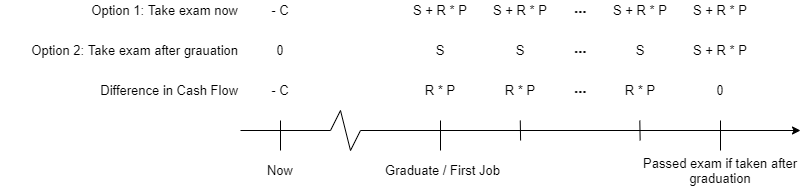
This is images/article_images/2021-02-25-How-many-exams/cash_flow_timeline.png from actuarialcat/actuarialcat.github.io, a draw.io export, as it was before one commit. Source tidied: cells renumbered, new cells last; positions are measured from the earlier drawing's top-left corner, leaving out a move shared by most shapes.
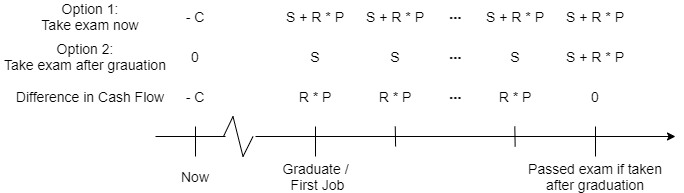
The same diagram one commit later.

The edit, as a diff of the source:
```diff
@@ -4,14 +4,14 @@
     <mxCell id="1" parent="0" />
     <mxCell id="2" style="endArrow=classic;html=1;" parent="1" edge="1">
       <mxGeometry relative="1" as="geometry">
-        <mxPoint x="360" y="130" as="sourcePoint" />
+        <mxPoint x="380" y="130" as="sourcePoint" />
         <mxPoint x="800" y="130" as="targetPoint" />
       </mxGeometry>
     </mxCell>
     <mxCell id="3" style="endArrow=none;html=1;" parent="1" edge="1">
       <mxGeometry relative="1" as="geometry">
-        <mxPoint x="280" y="150" as="sourcePoint" />
-        <mxPoint x="280" y="120" as="targetPoint" />
+        <mxPoint x="320" y="150" as="sourcePoint" />
+        <mxPoint x="320" y="120" as="targetPoint" />
       </mxGeometry>
     </mxCell>
     <mxCell id="4" style="endArrow=none;html=1;" parent="1" edge="1">
@@ -26,65 +26,65 @@
         <mxPoint x="720" y="120" as="targetPoint" />
       </mxGeometry>
     </mxCell>
-    <mxCell id="6" value="&lt;font style=&quot;font-size: 13px&quot;&gt;Graduate / First Job&lt;/font&gt;" style="text;html=1;strokeColor=none;fillColor=none;align=center;verticalAlign=middle;whiteSpace=wrap;rounded=0;" parent="1" vertex="1">
-      <mxGeometry x="380" y="160" width="125" height="20" as="geometry" />
+    <mxCell id="6" value="&lt;font style=&quot;font-size: 14px&quot;&gt;Graduate /&lt;br&gt;&amp;nbsp;First Job&lt;/font&gt;" style="text;html=1;strokeColor=none;fillColor=none;align=center;verticalAlign=middle;whiteSpace=wrap;rounded=0;" parent="1" vertex="1">
+      <mxGeometry x="377.5" y="160" width="125" height="20" as="geometry" />
     </mxCell>
-    <mxCell id="7" value="&lt;font style=&quot;font-size: 13px&quot;&gt;Now&lt;/font&gt;" style="text;html=1;strokeColor=none;fillColor=none;align=center;verticalAlign=middle;whiteSpace=wrap;rounded=0;" parent="1" vertex="1">
-      <mxGeometry x="260" y="160" width="40" height="20" as="geometry" />
+    <mxCell id="7" value="&lt;font style=&quot;font-size: 14px&quot;&gt;Now&lt;/font&gt;" style="text;html=1;strokeColor=none;fillColor=none;align=center;verticalAlign=middle;whiteSpace=wrap;rounded=0;" parent="1" vertex="1">
+      <mxGeometry x="300" y="160" width="40" height="20" as="geometry" />
     </mxCell>
-    <mxCell id="8" value="&lt;span style=&quot;font-size: 13px&quot;&gt;Passed exam if taken after graduation&lt;/span&gt;" style="text;html=1;strokeColor=none;fillColor=none;align=center;verticalAlign=middle;whiteSpace=wrap;rounded=0;" parent="1" vertex="1">
+    <mxCell id="8" value="&lt;font style=&quot;font-size: 14px&quot;&gt;Passed exam if taken after graduation&lt;/font&gt;" style="text;html=1;strokeColor=none;fillColor=none;align=center;verticalAlign=middle;whiteSpace=wrap;rounded=0;" parent="1" vertex="1">
       <mxGeometry x="640" y="160" width="160" height="20" as="geometry" />
     </mxCell>
-    <mxCell id="9" value="&lt;font style=&quot;font-size: 13px&quot;&gt;Option 1: Take exam now&lt;/font&gt;" style="text;html=1;strokeColor=none;fillColor=none;align=right;verticalAlign=middle;whiteSpace=wrap;rounded=0;" parent="1" vertex="1">
-      <mxGeometry width="240" height="20" as="geometry" />
+    <mxCell id="9" value="&lt;font style=&quot;font-size: 14px&quot;&gt;Option 1:&lt;br&gt;Take exam now&lt;/font&gt;" style="text;html=1;strokeColor=none;fillColor=none;align=center;verticalAlign=middle;whiteSpace=wrap;rounded=0;" parent="1" vertex="1">
+      <mxGeometry x="135" y="-5" width="160" height="30" as="geometry" />
     </mxCell>
-    <mxCell id="10" value="&lt;font style=&quot;font-size: 13px&quot;&gt;Option 2: Take exam after grauation&lt;/font&gt;" style="text;html=1;strokeColor=none;fillColor=none;align=right;verticalAlign=middle;whiteSpace=wrap;rounded=0;" parent="1" vertex="1">
-      <mxGeometry y="40" width="240" height="20" as="geometry" />
+    <mxCell id="10" value="&lt;font style=&quot;font-size: 14px&quot;&gt;Option 2:&lt;br&gt;&lt;div&gt;&lt;span&gt;Take exam after grauation&lt;/span&gt;&lt;/div&gt;&lt;/font&gt;" style="text;html=1;strokeColor=none;fillColor=none;align=center;verticalAlign=middle;whiteSpace=wrap;rounded=0;" parent="1" vertex="1">
+      <mxGeometry x="125" y="35" width="170" height="30" as="geometry" />
     </mxCell>
-    <mxCell id="11" value="&lt;font style=&quot;font-size: 13px&quot;&gt;Difference in Cash Flow&lt;/font&gt;" style="text;html=1;strokeColor=none;fillColor=none;align=right;verticalAlign=middle;whiteSpace=wrap;rounded=0;" parent="1" vertex="1">
-      <mxGeometry y="80" width="240" height="20" as="geometry" />
+    <mxCell id="11" value="&lt;font style=&quot;font-size: 14px&quot;&gt;Difference in Cash Flow&lt;/font&gt;" style="text;html=1;strokeColor=none;fillColor=none;align=center;verticalAlign=middle;whiteSpace=wrap;rounded=0;" parent="1" vertex="1">
+      <mxGeometry x="135" y="75" width="160" height="30" as="geometry" />
     </mxCell>
-    <mxCell id="12" value="&lt;span style=&quot;font-size: 13px&quot;&gt;R * P&lt;/span&gt;" style="text;html=1;strokeColor=none;fillColor=none;align=center;verticalAlign=middle;whiteSpace=wrap;rounded=0;" parent="1" vertex="1">
+    <mxCell id="12" value="&lt;span style=&quot;font-size: 14px;&quot;&gt;R * P&lt;/span&gt;" style="text;html=1;strokeColor=none;fillColor=none;align=center;verticalAlign=middle;whiteSpace=wrap;rounded=0;fontSize=14;" parent="1" vertex="1">
       <mxGeometry x="420" y="80" width="40" height="20" as="geometry" />
     </mxCell>
-    <mxCell id="13" value="&lt;span style=&quot;font-size: 13px&quot;&gt;R * P&lt;/span&gt;" style="text;html=1;strokeColor=none;fillColor=none;align=center;verticalAlign=middle;whiteSpace=wrap;rounded=0;" parent="1" vertex="1">
+    <mxCell id="13" value="&lt;span style=&quot;font-size: 14px;&quot;&gt;R * P&lt;/span&gt;" style="text;html=1;strokeColor=none;fillColor=none;align=center;verticalAlign=middle;whiteSpace=wrap;rounded=0;fontSize=14;" parent="1" vertex="1">
       <mxGeometry x="500" y="80" width="40" height="20" as="geometry" />
     </mxCell>
-    <mxCell id="14" value="&lt;font style=&quot;font-size: 13px&quot;&gt;0&lt;/font&gt;" style="text;html=1;strokeColor=none;fillColor=none;align=center;verticalAlign=middle;whiteSpace=wrap;rounded=0;" parent="1" vertex="1">
+    <mxCell id="14" value="&lt;font style=&quot;font-size: 14px;&quot;&gt;0&lt;/font&gt;" style="text;html=1;strokeColor=none;fillColor=none;align=center;verticalAlign=middle;whiteSpace=wrap;rounded=0;fontSize=14;" parent="1" vertex="1">
       <mxGeometry x="700" y="80" width="40" height="20" as="geometry" />
     </mxCell>
-    <mxCell id="15" value="&lt;span style=&quot;font-size: 13px&quot;&gt;R * P&lt;/span&gt;" style="text;html=1;strokeColor=none;fillColor=none;align=center;verticalAlign=middle;whiteSpace=wrap;rounded=0;" parent="1" vertex="1">
+    <mxCell id="15" value="&lt;span style=&quot;font-size: 14px;&quot;&gt;R * P&lt;/span&gt;" style="text;html=1;strokeColor=none;fillColor=none;align=center;verticalAlign=middle;whiteSpace=wrap;rounded=0;fontSize=14;" parent="1" vertex="1">
       <mxGeometry x="620" y="80" width="40" height="20" as="geometry" />
     </mxCell>
-    <mxCell id="16" value="&lt;font style=&quot;font-size: 14px&quot;&gt;&lt;b&gt;⋯&lt;/b&gt;&lt;/font&gt;" style="text;html=1;strokeColor=none;fillColor=none;align=center;verticalAlign=middle;whiteSpace=wrap;rounded=0;" parent="1" vertex="1">
+    <mxCell id="16" value="&lt;font style=&quot;font-size: 14px;&quot;&gt;&lt;b style=&quot;font-size: 14px;&quot;&gt;⋯&lt;/b&gt;&lt;/font&gt;" style="text;html=1;strokeColor=none;fillColor=none;align=center;verticalAlign=middle;whiteSpace=wrap;rounded=0;fontSize=14;" parent="1" vertex="1">
       <mxGeometry x="560" y="80" width="40" height="20" as="geometry" />
     </mxCell>
-    <mxCell id="17" value="&lt;font style=&quot;font-size: 13px&quot;&gt;S + R * P&lt;/font&gt;" style="text;html=1;strokeColor=none;fillColor=none;align=center;verticalAlign=middle;whiteSpace=wrap;rounded=0;" parent="1" vertex="1">
+    <mxCell id="17" value="&lt;font style=&quot;font-size: 14px;&quot;&gt;S + R * P&lt;/font&gt;" style="text;html=1;strokeColor=none;fillColor=none;align=center;verticalAlign=middle;whiteSpace=wrap;rounded=0;fontSize=14;" parent="1" vertex="1">
       <mxGeometry x="410" width="60" height="20" as="geometry" />
     </mxCell>
-    <mxCell id="18" value="&lt;font style=&quot;font-size: 14px&quot;&gt;&lt;b&gt;⋯&lt;/b&gt;&lt;/font&gt;" style="text;html=1;strokeColor=none;fillColor=none;align=center;verticalAlign=middle;whiteSpace=wrap;rounded=0;" parent="1" vertex="1">
+    <mxCell id="18" value="&lt;font style=&quot;font-size: 14px;&quot;&gt;&lt;b style=&quot;font-size: 14px;&quot;&gt;⋯&lt;/b&gt;&lt;/font&gt;" style="text;html=1;strokeColor=none;fillColor=none;align=center;verticalAlign=middle;whiteSpace=wrap;rounded=0;fontSize=14;" parent="1" vertex="1">
       <mxGeometry x="560" y="40" width="40" height="20" as="geometry" />
     </mxCell>
-    <mxCell id="19" value="&lt;font style=&quot;font-size: 14px&quot;&gt;&lt;b&gt;⋯&lt;/b&gt;&lt;/font&gt;" style="text;html=1;strokeColor=none;fillColor=none;align=center;verticalAlign=middle;whiteSpace=wrap;rounded=0;" parent="1" vertex="1">
+    <mxCell id="19" value="&lt;font style=&quot;font-size: 14px;&quot;&gt;&lt;b style=&quot;font-size: 14px;&quot;&gt;⋯&lt;/b&gt;&lt;/font&gt;" style="text;html=1;strokeColor=none;fillColor=none;align=center;verticalAlign=middle;whiteSpace=wrap;rounded=0;fontSize=14;" parent="1" vertex="1">
       <mxGeometry x="560" width="40" height="20" as="geometry" />
     </mxCell>
-    <mxCell id="20" value="&lt;font style=&quot;font-size: 13px&quot;&gt;S&lt;/font&gt;" style="text;html=1;strokeColor=none;fillColor=none;align=center;verticalAlign=middle;whiteSpace=wrap;rounded=0;" parent="1" vertex="1">
+    <mxCell id="20" value="&lt;font style=&quot;font-size: 14px;&quot;&gt;S&lt;/font&gt;" style="text;html=1;strokeColor=none;fillColor=none;align=center;verticalAlign=middle;whiteSpace=wrap;rounded=0;fontSize=14;" parent="1" vertex="1">
       <mxGeometry x="620" y="40" width="40" height="20" as="geometry" />
     </mxCell>
-    <mxCell id="21" value="&lt;font style=&quot;font-size: 13px&quot;&gt;S&lt;/font&gt;" style="text;html=1;strokeColor=none;fillColor=none;align=center;verticalAlign=middle;whiteSpace=wrap;rounded=0;" parent="1" vertex="1">
+    <mxCell id="21" value="&lt;font style=&quot;font-size: 14px;&quot;&gt;S&lt;/font&gt;" style="text;html=1;strokeColor=none;fillColor=none;align=center;verticalAlign=middle;whiteSpace=wrap;rounded=0;fontSize=14;" parent="1" vertex="1">
       <mxGeometry x="500" y="40" width="40" height="20" as="geometry" />
     </mxCell>
-    <mxCell id="22" value="&lt;font style=&quot;font-size: 13px&quot;&gt;S&lt;/font&gt;" style="text;html=1;strokeColor=none;fillColor=none;align=center;verticalAlign=middle;whiteSpace=wrap;rounded=0;" parent="1" vertex="1">
+    <mxCell id="22" value="&lt;font style=&quot;font-size: 14px;&quot;&gt;S&lt;/font&gt;" style="text;html=1;strokeColor=none;fillColor=none;align=center;verticalAlign=middle;whiteSpace=wrap;rounded=0;fontSize=14;" parent="1" vertex="1">
       <mxGeometry x="420" y="40" width="40" height="20" as="geometry" />
     </mxCell>
-    <mxCell id="23" value="&lt;span style=&quot;font-size: 13px&quot;&gt;- C&lt;/span&gt;" style="text;html=1;strokeColor=none;fillColor=none;align=center;verticalAlign=middle;whiteSpace=wrap;rounded=0;" parent="1" vertex="1">
-      <mxGeometry x="260" width="40" height="20" as="geometry" />
+    <mxCell id="23" value="&lt;span style=&quot;font-size: 14px;&quot;&gt;- C&lt;/span&gt;" style="text;html=1;strokeColor=none;fillColor=none;align=center;verticalAlign=middle;whiteSpace=wrap;rounded=0;fontSize=14;" parent="1" vertex="1">
+      <mxGeometry x="300" width="40" height="20" as="geometry" />
     </mxCell>
-    <mxCell id="24" value="&lt;span style=&quot;font-size: 13px&quot;&gt;0&lt;/span&gt;" style="text;html=1;strokeColor=none;fillColor=none;align=center;verticalAlign=middle;whiteSpace=wrap;rounded=0;" parent="1" vertex="1">
-      <mxGeometry x="260" y="40" width="40" height="20" as="geometry" />
+    <mxCell id="24" value="&lt;span style=&quot;font-size: 14px;&quot;&gt;0&lt;/span&gt;" style="text;html=1;strokeColor=none;fillColor=none;align=center;verticalAlign=middle;whiteSpace=wrap;rounded=0;fontSize=14;" parent="1" vertex="1">
+      <mxGeometry x="300" y="40" width="40" height="20" as="geometry" />
     </mxCell>
-    <mxCell id="25" value="&lt;span style=&quot;font-size: 13px&quot;&gt;- C&lt;/span&gt;" style="text;html=1;strokeColor=none;fillColor=none;align=center;verticalAlign=middle;whiteSpace=wrap;rounded=0;" parent="1" vertex="1">
-      <mxGeometry x="260" y="80" width="40" height="20" as="geometry" />
+    <mxCell id="25" value="&lt;span style=&quot;font-size: 14px;&quot;&gt;- C&lt;/span&gt;" style="text;html=1;strokeColor=none;fillColor=none;align=center;verticalAlign=middle;whiteSpace=wrap;rounded=0;fontSize=14;" parent="1" vertex="1">
+      <mxGeometry x="300" y="80" width="40" height="20" as="geometry" />
     </mxCell>
     <mxCell id="26" style="endArrow=none;html=1;" parent="1" edge="1">
       <mxGeometry relative="1" as="geometry">
@@ -100,38 +100,38 @@
     </mxCell>
     <mxCell id="28" style="endArrow=none;html=1;" parent="1" edge="1">
       <mxGeometry relative="1" as="geometry">
-        <mxPoint x="330" y="130" as="sourcePoint" />
-        <mxPoint x="340" y="110" as="targetPoint" />
+        <mxPoint x="348" y="130" as="sourcePoint" />
+        <mxPoint x="357.5" y="110" as="targetPoint" />
       </mxGeometry>
     </mxCell>
     <mxCell id="29" style="endArrow=none;html=1;" parent="1" edge="1">
       <mxGeometry relative="1" as="geometry">
-        <mxPoint x="350" y="150" as="sourcePoint" />
-        <mxPoint x="340" y="110" as="targetPoint" />
+        <mxPoint x="367.5" y="150" as="sourcePoint" />
+        <mxPoint x="357.5" y="110" as="targetPoint" />
       </mxGeometry>
     </mxCell>
     <mxCell id="30" style="endArrow=none;html=1;" parent="1" edge="1">
       <mxGeometry relative="1" as="geometry">
-        <mxPoint x="360" y="130" as="sourcePoint" />
-        <mxPoint x="350" y="150" as="targetPoint" />
+        <mxPoint x="377.5" y="130" as="sourcePoint" />
+        <mxPoint x="367.5" y="150" as="targetPoint" />
       </mxGeometry>
     </mxCell>
     <mxCell id="31" style="endArrow=none;html=1;" parent="1" edge="1">
       <mxGeometry relative="1" as="geometry">
-        <mxPoint x="240" y="130" as="sourcePoint" />
-        <mxPoint x="330" y="130" as="targetPoint" />
+        <mxPoint x="280" y="130" as="sourcePoint" />
+        <mxPoint x="350" y="130" as="targetPoint" />
       </mxGeometry>
     </mxCell>
-    <mxCell id="32" value="&lt;font style=&quot;font-size: 13px&quot;&gt;S + R * P&lt;/font&gt;" style="text;html=1;strokeColor=none;fillColor=none;align=center;verticalAlign=middle;whiteSpace=wrap;rounded=0;" parent="1" vertex="1">
+    <mxCell id="32" value="&lt;font style=&quot;font-size: 14px;&quot;&gt;S + R * P&lt;/font&gt;" style="text;html=1;strokeColor=none;fillColor=none;align=center;verticalAlign=middle;whiteSpace=wrap;rounded=0;fontSize=14;" parent="1" vertex="1">
       <mxGeometry x="690" width="60" height="20" as="geometry" />
     </mxCell>
-    <mxCell id="33" value="&lt;font style=&quot;font-size: 13px&quot;&gt;S + R * P&lt;/font&gt;" style="text;html=1;strokeColor=none;fillColor=none;align=center;verticalAlign=middle;whiteSpace=wrap;rounded=0;" parent="1" vertex="1">
+    <mxCell id="33" value="&lt;font style=&quot;font-size: 14px;&quot;&gt;S + R * P&lt;/font&gt;" style="text;html=1;strokeColor=none;fillColor=none;align=center;verticalAlign=middle;whiteSpace=wrap;rounded=0;fontSize=14;" parent="1" vertex="1">
       <mxGeometry x="490" width="60" height="20" as="geometry" />
     </mxCell>
-    <mxCell id="34" value="&lt;font style=&quot;font-size: 13px&quot;&gt;S + R * P&lt;/font&gt;" style="text;html=1;strokeColor=none;fillColor=none;align=center;verticalAlign=middle;whiteSpace=wrap;rounded=0;" parent="1" vertex="1">
+    <mxCell id="34" value="&lt;font style=&quot;font-size: 14px;&quot;&gt;S + R * P&lt;/font&gt;" style="text;html=1;strokeColor=none;fillColor=none;align=center;verticalAlign=middle;whiteSpace=wrap;rounded=0;fontSize=14;" parent="1" vertex="1">
       <mxGeometry x="610" width="60" height="20" as="geometry" />
     </mxCell>
-    <mxCell id="35" value="&lt;font style=&quot;font-size: 13px&quot;&gt;S + R * P&lt;/font&gt;" style="text;html=1;strokeColor=none;fillColor=none;align=center;verticalAlign=middle;whiteSpace=wrap;rounded=0;" parent="1" vertex="1">
+    <mxCell id="35" value="&lt;font style=&quot;font-size: 14px;&quot;&gt;S + R * P&lt;/font&gt;" style="text;html=1;strokeColor=none;fillColor=none;align=center;verticalAlign=middle;whiteSpace=wrap;rounded=0;fontSize=14;" parent="1" vertex="1">
       <mxGeometry x="690" y="40" width="60" height="20" as="geometry" />
     </mxCell>
   </root>
```
